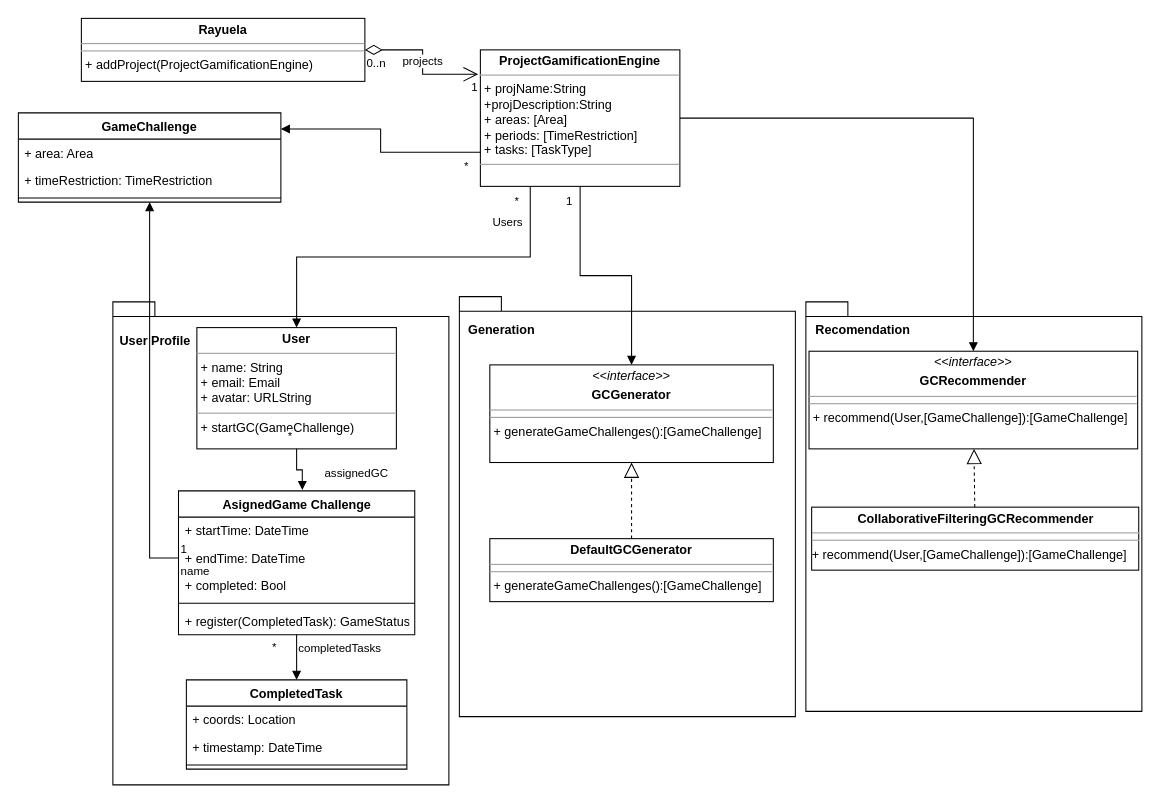
Earlier version of the draw.io diagram Rayuela.drawio (huenu/GameChallengeRecommender). Source tidied: cells renumbered, new cells numbered last; positions are measured from the earlier drawing's top-left corner, leaving out a move shared by most shapes. Both pictures are drawn from the tidied source at 105%, with x=0, y=0 at pixel (18, 18).
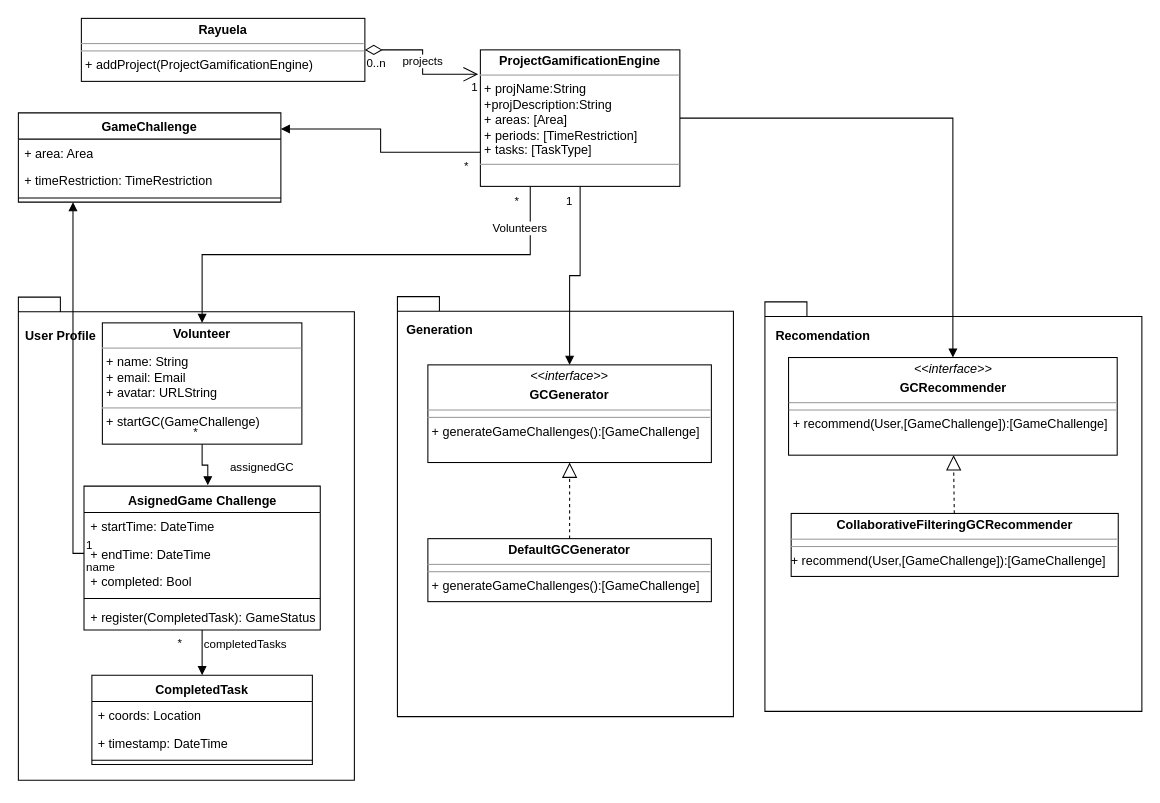
After the change.

The change refers to these unchanged cells:
```xml
<mxCell id="5" value="GameChallenge" style="swimlane;fontStyle=1;align=center;verticalAlign=top;horizontal=1;startSize=25;whiteSpace=wrap;html=1;" parent="1" vertex="1">
  <mxGeometry y="90" width="250" height="85" as="geometry" />
</mxCell>
<mxCell id="27" value="&lt;p style=&quot;margin:0px;margin-top:4px;text-align:center;&quot;&gt;&lt;b&gt;ProjectGamificationEngine&lt;/b&gt;&lt;br&gt;&lt;/p&gt;&lt;hr size=&quot;1&quot;&gt;&lt;p style=&quot;margin:0px;margin-left:4px;&quot;&gt;+ projName:String&lt;/p&gt;&lt;p style=&quot;margin:0px;margin-left:4px;&quot;&gt;+projDescription:String&lt;br&gt;&lt;/p&gt;&lt;p style=&quot;margin:0px;margin-left:4px;&quot;&gt;+ areas: [Area]&lt;br&gt;+ periods: [TimeRestriction]&lt;/p&gt;&lt;p style=&quot;margin:0px;margin-left:4px;&quot;&gt;+ tasks: [TaskType]&lt;br&gt;&lt;/p&gt;&lt;hr size=&quot;1&quot;&gt;&lt;p style=&quot;margin:0px;margin-left:4px;&quot;&gt;&lt;br&gt;&lt;/p&gt;" style="verticalAlign=top;align=left;overflow=fill;fontSize=12;fontFamily=Helvetica;html=1;whiteSpace=wrap;" parent="1" vertex="1">
  <mxGeometry x="440" y="30" width="190" height="130" as="geometry" />
</mxCell>
<mxCell id="33" value="+ endTime: DateTime" style="text;strokeColor=none;fillColor=none;align=left;verticalAlign=top;spacingLeft=4;spacingRight=4;overflow=hidden;points=[[0,0.5],[1,0.5]];portConstraint=eastwest;whiteSpace=wrap;html=1;" parent="31" vertex="1">
  <mxGeometry y="51" width="225" height="26" as="geometry" />
</mxCell>
```

Diff of the diagram source:
```diff
@@
     <mxCell id="2" style="shape=folder;fontStyle=1;spacingTop=10;tabWidth=40;tabHeight=14;tabPosition=left;html=1;whiteSpace=wrap;align=right;" parent="1" vertex="1">
-      <mxGeometry x="750" y="270" width="320" height="390" as="geometry" />
+      <mxGeometry x="711" y="270" width="359" height="390" as="geometry" />
     </mxCell>
     <mxCell id="3" style="shape=folder;fontStyle=1;spacingTop=10;tabWidth=40;tabHeight=14;tabPosition=left;html=1;whiteSpace=wrap;align=right;" parent="1" vertex="1">
-      <mxGeometry x="420" y="265" width="320" height="400" as="geometry" />
+      <mxGeometry x="361" y="265" width="320" height="400" as="geometry" />
     </mxCell>
     <mxCell id="4" style="shape=folder;fontStyle=1;spacingTop=10;tabWidth=40;tabHeight=14;tabPosition=left;html=1;whiteSpace=wrap;align=right;" parent="1" vertex="1">
-      <mxGeometry x="90" y="270" width="320" height="460" as="geometry" />
+      <mxGeometry y="265.5" width="320" height="460" as="geometry" />
     </mxCell>
@@
-    <mxCell id="9" value="&lt;p style=&quot;margin:0px;margin-top:4px;text-align:center;&quot;&gt;&lt;b&gt;User&lt;/b&gt;&lt;br&gt;&lt;/p&gt;&lt;hr size=&quot;1&quot;&gt;&lt;p style=&quot;margin:0px;margin-left:4px;&quot;&gt;+ name: String&lt;br&gt;+ email: Email&lt;/p&gt;&lt;p style=&quot;margin:0px;margin-left:4px;&quot;&gt;+ avatar: URLString&lt;br&gt;&lt;/p&gt;&lt;hr size=&quot;1&quot;&gt;&lt;p style=&quot;margin:0px;margin-left:4px;&quot;&gt;+ startGC(GameChallenge)&lt;/p&gt;" style="verticalAlign=top;align=left;overflow=fill;fontSize=12;fontFamily=Helvetica;html=1;whiteSpace=wrap;" parent="1" vertex="1">
-      <mxGeometry x="170" y="294.5" width="190" height="115.5" as="geometry" />
+    <mxCell id="9" value="&lt;p style=&quot;margin:0px;margin-top:4px;text-align:center;&quot;&gt;&lt;b&gt;Volunteer&lt;/b&gt;&lt;br&gt;&lt;/p&gt;&lt;hr size=&quot;1&quot;&gt;&lt;p style=&quot;margin:0px;margin-left:4px;&quot;&gt;+ name: String&lt;br&gt;+ email: Email&lt;/p&gt;&lt;p style=&quot;margin:0px;margin-left:4px;&quot;&gt;+ avatar: URLString&lt;br&gt;&lt;/p&gt;&lt;hr size=&quot;1&quot;&gt;&lt;p style=&quot;margin:0px;margin-left:4px;&quot;&gt;+ startGC(GameChallenge)&lt;/p&gt;" style="verticalAlign=top;align=left;overflow=fill;fontSize=12;fontFamily=Helvetica;html=1;whiteSpace=wrap;" parent="1" vertex="1">
+      <mxGeometry x="80" y="290" width="190" height="115.5" as="geometry" />
     </mxCell>
     <mxCell id="10" value="&lt;p style=&quot;margin:0px;margin-top:4px;text-align:center;&quot;&gt;&lt;i&gt;&amp;lt;&amp;lt;interface&amp;gt;&amp;gt;&lt;/i&gt;&lt;/p&gt;&lt;p style=&quot;margin:0px;margin-top:4px;text-align:center;&quot;&gt;&lt;b&gt;GCGenerator&lt;/b&gt;&lt;br&gt;&lt;/p&gt;&lt;hr size=&quot;1&quot;&gt;&lt;hr size=&quot;1&quot;&gt;&lt;p style=&quot;margin:0px;margin-left:4px;&quot;&gt;+ generateGameChallenges():[GameChallenge]&lt;/p&gt;" style="verticalAlign=top;align=left;overflow=fill;fontSize=12;fontFamily=Helvetica;html=1;whiteSpace=wrap;" parent="1" vertex="1">
-      <mxGeometry x="449" y="330" width="270" height="93" as="geometry" />
+      <mxGeometry x="390" y="330" width="270" height="93" as="geometry" />
     </mxCell>
@@
     <mxCell id="14" value="&lt;p style=&quot;margin:0px;margin-top:4px;text-align:center;&quot;&gt;&lt;i&gt;&amp;lt;&amp;lt;interface&amp;gt;&amp;gt;&lt;/i&gt;&lt;/p&gt;&lt;p style=&quot;margin:0px;margin-top:4px;text-align:center;&quot;&gt;&lt;b&gt;GCRecommender&lt;/b&gt;&lt;br&gt;&lt;/p&gt;&lt;hr size=&quot;1&quot;&gt;&lt;hr size=&quot;1&quot;&gt;&lt;p style=&quot;margin:0px;margin-left:4px;&quot;&gt;+ recommend(User,[GameChallenge]):[GameChallenge]&lt;/p&gt;" style="verticalAlign=top;align=left;overflow=fill;fontSize=12;fontFamily=Helvetica;html=1;whiteSpace=wrap;" parent="1" vertex="1">
-      <mxGeometry x="753" y="317" width="313" height="93" as="geometry" />
+      <mxGeometry x="733.5" y="323" width="313" height="93" as="geometry" />
     </mxCell>
     <mxCell id="15" value="&lt;p style=&quot;margin:0px;margin-top:4px;text-align:center;&quot;&gt;&lt;b&gt;DefaultGCGenerator&lt;/b&gt;&lt;br&gt;&lt;/p&gt;&lt;hr size=&quot;1&quot;&gt;&lt;hr size=&quot;1&quot;&gt;&lt;p style=&quot;margin:0px;margin-left:4px;&quot;&gt;+ generateGameChallenges():[GameChallenge]&lt;/p&gt;" style="verticalAlign=top;align=left;overflow=fill;fontSize=12;fontFamily=Helvetica;html=1;whiteSpace=wrap;" parent="1" vertex="1">
-      <mxGeometry x="449" y="495.5" width="270" height="60" as="geometry" />
+      <mxGeometry x="390" y="495.5" width="270" height="60" as="geometry" />
     </mxCell>
     <mxCell id="16" value="&lt;p style=&quot;margin:0px;margin-top:4px;text-align:center;&quot;&gt;&lt;b&gt;CollaborativeFilteringGCRecommender&lt;/b&gt;&lt;br&gt;&lt;/p&gt;&lt;hr size=&quot;1&quot;&gt;&lt;hr size=&quot;1&quot;&gt;+ recommend(User,[GameChallenge]):[GameChallenge]" style="verticalAlign=top;align=left;overflow=fill;fontSize=12;fontFamily=Helvetica;html=1;whiteSpace=wrap;" parent="1" vertex="1">
-      <mxGeometry x="755.5" y="465.5" width="311.5" height="60" as="geometry" />
+      <mxGeometry x="736" y="471.5" width="311.5" height="60" as="geometry" />
     </mxCell>
@@
-    <mxCell id="21" value="Users" style="endArrow=block;endFill=1;html=1;edgeStyle=orthogonalEdgeStyle;align=left;verticalAlign=top;rounded=0;entryX=0.5;entryY=0;entryDx=0;entryDy=0;exitX=0.25;exitY=1;exitDx=0;exitDy=0;" parent="1" edge="1" source="27" target="9">
+    <mxCell id="21" value="Volunteers" style="endArrow=block;endFill=1;html=1;edgeStyle=orthogonalEdgeStyle;align=left;verticalAlign=top;rounded=0;entryX=0.5;entryY=0;entryDx=0;entryDy=0;exitX=0.25;exitY=1;exitDx=0;exitDy=0;" parent="1" edge="1" source="27" target="9">
       <mxGeometry x="-0.88" y="-38" relative="1" as="geometry" />
     </mxCell>
@@
     <mxCell id="31" value="AsignedGame Challenge" style="swimlane;fontStyle=1;align=center;verticalAlign=top;horizontal=1;startSize=25;whiteSpace=wrap;html=1;" parent="1" vertex="1">
-      <mxGeometry x="152.5" y="450" width="225" height="137" as="geometry" />
+      <mxGeometry x="62.5" y="445.5" width="225" height="137" as="geometry" />
     </mxCell>
@@
     <mxCell id="37" value="CompletedTask" style="swimlane;fontStyle=1;align=center;verticalAlign=top;horizontal=1;startSize=25;whiteSpace=wrap;html=1;" parent="1" vertex="1">
-      <mxGeometry x="160" y="630" width="210" height="85" as="geometry" />
+      <mxGeometry x="70" y="625.5" width="210" height="85" as="geometry" />
     </mxCell>
@@
     <mxCell id="43" value="User Profile" style="text;align=center;fontStyle=1;verticalAlign=middle;spacingLeft=3;spacingRight=3;strokeColor=none;html=1;" parent="1" vertex="1">
-      <mxGeometry x="90" y="294.5" width="80" height="26" as="geometry" />
+      <mxGeometry y="290" width="80" height="26" as="geometry" />
     </mxCell>
     <mxCell id="44" value="name" style="endArrow=block;endFill=1;html=1;edgeStyle=orthogonalEdgeStyle;align=left;verticalAlign=top;rounded=0;exitX=0;exitY=0.5;exitDx=0;exitDy=0;" parent="1" edge="1" source="33" target="5">
-      <mxGeometry x="-1" relative="1" as="geometry" />
+      <mxGeometry x="-1" relative="1" as="geometry">
+        <Array as="points">
+          <mxPoint x="52" y="510" />
+        </Array>
+      </mxGeometry>
     </mxCell>
@@
     <mxCell id="46" value="Generation" style="text;align=center;fontStyle=1;verticalAlign=middle;spacingLeft=3;spacingRight=3;strokeColor=none;html=1;" parent="1" vertex="1">
-      <mxGeometry x="420" y="284" width="80" height="26" as="geometry" />
+      <mxGeometry x="361" y="284" width="80" height="26" as="geometry" />
     </mxCell>
     <mxCell id="47" value="Recomendation" style="text;align=center;fontStyle=1;verticalAlign=middle;spacingLeft=3;spacingRight=3;strokeColor=none;html=1;" parent="1" vertex="1">
-      <mxGeometry x="758.5" y="284" width="91.5" height="26" as="geometry" />
+      <mxGeometry x="720" y="290" width="91.5" height="26" as="geometry" />
     </mxCell>
```
